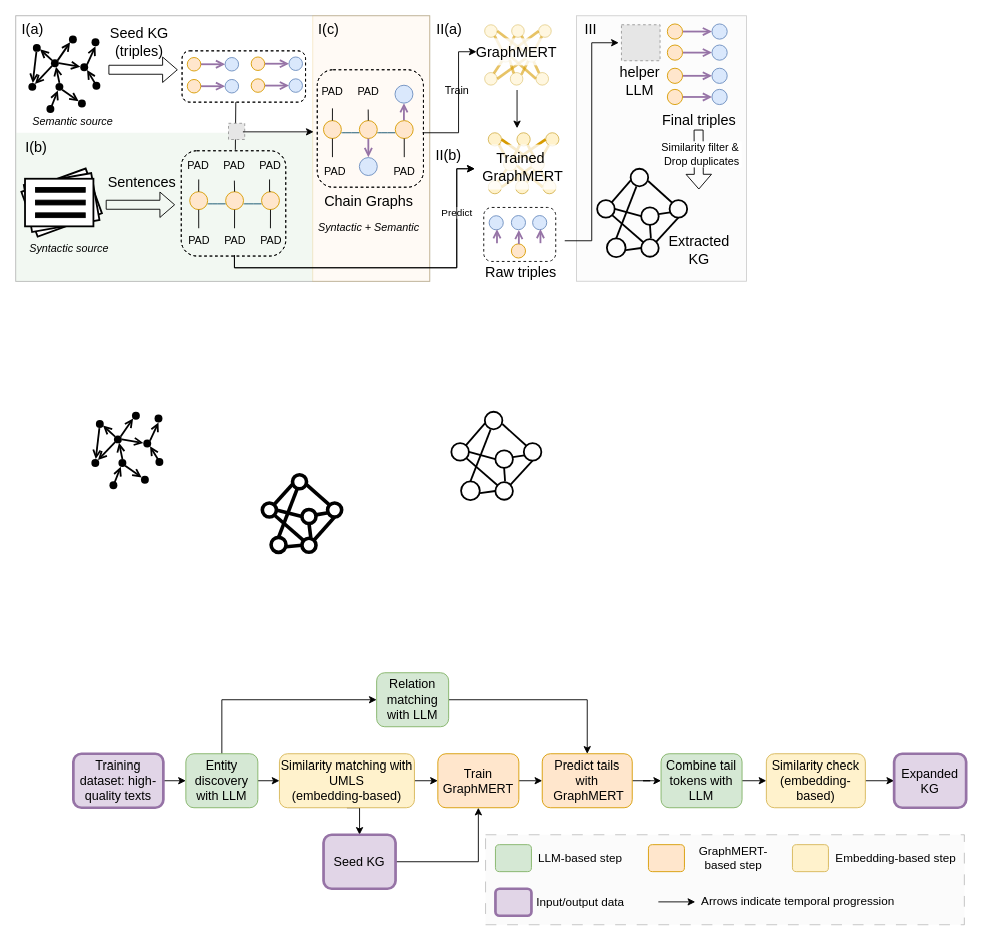
The draw.io diagram page "methodology" (4 of 5) of presentations/pipeline.drawio in across-stars/draw.io, before the edit. Source tidied: cells renumbered, new cells numbered last; positions are measured from the earlier drawing's top-left corner, leaving out a move shared by most shapes. Both pictures are drawn from the tidied source at 90%, with x=0, y=0 at pixel (15, 15). Pictures stored in the file or linked from it are replaced by grey dashed boxes.
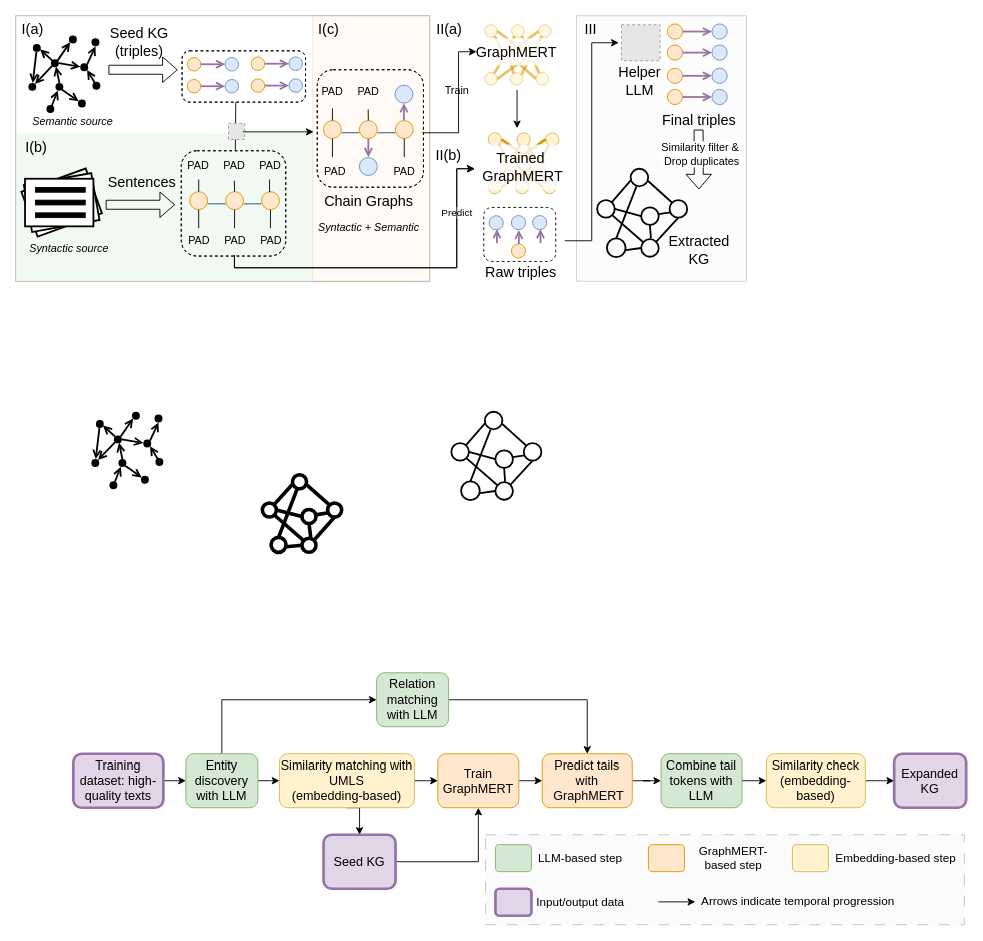
Above is the later version.

Change to the diagram source:
```diff
@@
-    <mxCell id="249" value="&lt;div&gt;&lt;font style=&quot;font-size: 16px;&quot;&gt;helper&lt;/font&gt;&lt;/div&gt;&lt;font style=&quot;font-size: 16px;&quot;&gt;LLM&lt;/font&gt;" style="text;html=1;align=center;verticalAlign=middle;strokeColor=none;fillColor=none;fontFamily=Helvetica;fontSize=11;fontColor=default;labelBackgroundColor=none;" parent="238" vertex="1">
+    <mxCell id="249" value="&lt;div&gt;&lt;font style=&quot;font-size: 16px;&quot;&gt;Helper&lt;/font&gt;&lt;/div&gt;&lt;font style=&quot;font-size: 16px;&quot;&gt;LLM&lt;/font&gt;" style="text;html=1;align=center;verticalAlign=middle;strokeColor=none;fillColor=none;fontFamily=Helvetica;fontSize=11;fontColor=default;labelBackgroundColor=none;" parent="238" vertex="1">
       <mxGeometry x="658" y="48" width="70" height="50" as="geometry" />
     </mxCell>
```
